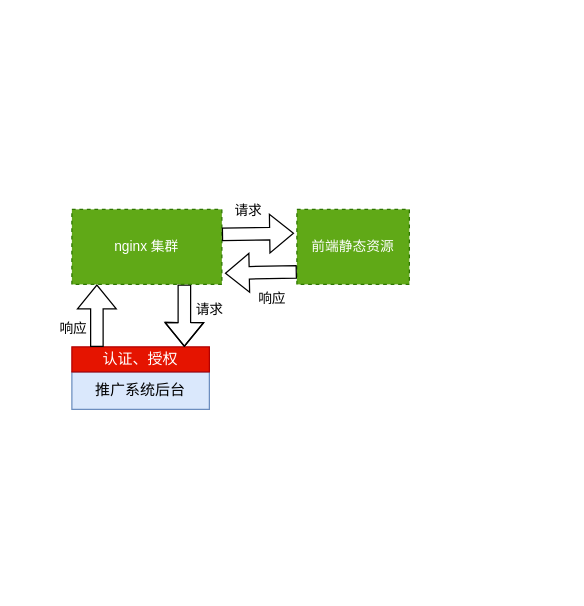
ndb000901/diagrams keeps this draw.io diagram as Untitled Diagram.drawio. Above is the earlier version. Source tidied: cells renumbered, new cells numbered last; positions are measured from the earlier drawing's top-left corner, leaving out a move shared by most shapes. Both pictures are drawn from the tidied source at 125%, with x=0, y=0 at pixel (71, 209).
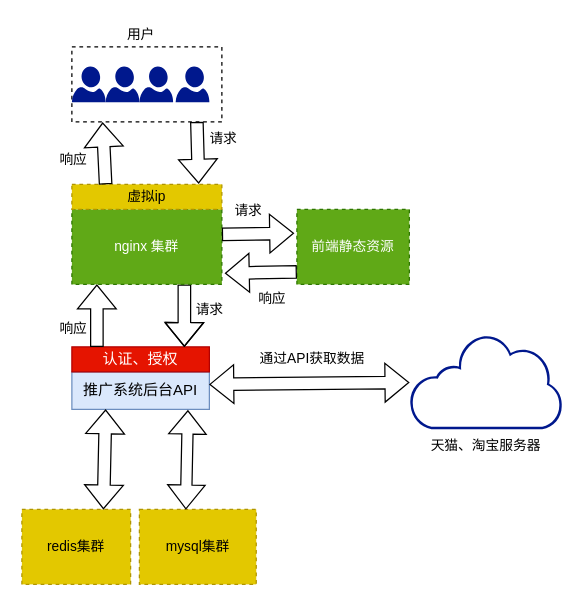
The same page after the edit.

Diff of the diagram source:
```diff
@@
-    <mxCell id="2" value="推广系统后台" style="rounded=0;whiteSpace=wrap;html=1;fillColor=#dae8fc;strokeColor=#6c8ebf;" parent="1" vertex="1">
+    <mxCell id="2" value="推广系统后台API" style="rounded=0;whiteSpace=wrap;html=1;fillColor=#dae8fc;strokeColor=#6c8ebf;" parent="1" vertex="1">
       <mxGeometry y="130" width="110" height="30" as="geometry" />
     </mxCell>
@@
+    <mxCell id="14" value="虚拟ip" style="rounded=0;whiteSpace=wrap;html=1;dashed=1;fontFamily=Helvetica;fontSize=11;fontColor=#000000;fillColor=#e3c800;strokeColor=#B09500;" parent="1" vertex="1">
+      <mxGeometry y="-20" width="120" height="20" as="geometry" />
+    </mxCell>
+    <mxCell id="15" style="rounded=0;whiteSpace=wrap;html=1;dashed=1;fontFamily=Helvetica;fontSize=11;fontColor=default;" parent="1" vertex="1">
+      <mxGeometry y="-130" width="120" height="60" as="geometry" />
+    </mxCell>
+    <mxCell id="16" style="sketch=0;shadow=0;dashed=0;html=1;strokeColor=none;labelPosition=center;verticalLabelPosition=bottom;verticalAlign=top;align=center;fillColor=#00188D;shape=mxgraph.azure.user;fontFamily=Helvetica;fontSize=11;fontColor=default;" parent="1" vertex="1">
+      <mxGeometry y="-114.4" width="27" height="28.7" as="geometry" />
+    </mxCell>
+    <mxCell id="17" style="sketch=0;shadow=0;dashed=0;html=1;strokeColor=none;labelPosition=center;verticalLabelPosition=bottom;verticalAlign=top;align=center;fillColor=#00188D;shape=mxgraph.azure.user;fontFamily=Helvetica;fontSize=11;fontColor=default;" parent="1" vertex="1">
+      <mxGeometry x="27" y="-114.4" width="27" height="28.7" as="geometry" />
+    </mxCell>
+    <mxCell id="18" style="sketch=0;shadow=0;dashed=0;html=1;strokeColor=none;labelPosition=center;verticalLabelPosition=bottom;verticalAlign=top;align=center;fillColor=#00188D;shape=mxgraph.azure.user;fontFamily=Helvetica;fontSize=11;fontColor=default;" parent="1" vertex="1">
+      <mxGeometry x="54" y="-114.4" width="27" height="28.7" as="geometry" />
+    </mxCell>
+    <mxCell id="19" style="sketch=0;shadow=0;dashed=0;html=1;strokeColor=none;labelPosition=center;verticalLabelPosition=bottom;verticalAlign=top;align=center;fillColor=#00188D;shape=mxgraph.azure.user;fontFamily=Helvetica;fontSize=11;fontColor=default;" parent="1" vertex="1">
+      <mxGeometry x="83" y="-114.4" width="27" height="28.7" as="geometry" />
+    </mxCell>
+    <mxCell id="20" value="用户" style="text;html=1;align=center;verticalAlign=middle;strokeColor=none;fillColor=none;fontSize=11;fontFamily=Helvetica;fontColor=default;" parent="1" vertex="1">
+      <mxGeometry x="35" y="-150" width="40" height="20" as="geometry" />
+    </mxCell>
+    <mxCell id="21" style="shape=flexArrow;endArrow=classic;html=1;rounded=0;labelBackgroundColor=default;fontFamily=Helvetica;fontSize=11;fontColor=default;strokeColor=default;entryX=0.845;entryY=-0.031;entryDx=0;entryDy=0;entryPerimeter=0;" parent="1" edge="1" target="14">
+      <mxGeometry relative="1" as="geometry">
+        <mxPoint x="100" y="-70" as="sourcePoint" />
+      </mxGeometry>
+    </mxCell>
+    <mxCell id="22" value="请求" style="edgeLabel;html=1;align=center;verticalAlign=middle;fontSize=11;fontFamily=Helvetica;fontColor=default;" parent="21" vertex="1">
+      <mxGeometry x="-0.48" relative="1" as="geometry">
+        <mxPoint x="20" as="offset" />
+      </mxGeometry>
+    </mxCell>
+    <mxCell id="23" style="shape=flexArrow;endArrow=classic;html=1;rounded=0;labelBackgroundColor=default;fontFamily=Helvetica;fontSize=11;fontColor=default;strokeColor=default;entryX=0.205;entryY=1.008;entryDx=0;entryDy=0;entryPerimeter=0;" parent="1" edge="1" target="15">
+      <mxGeometry relative="1" as="geometry">
+        <mxPoint x="27" y="-20" as="sourcePoint" />
+      </mxGeometry>
+    </mxCell>
+    <mxCell id="24" value="响应" style="edgeLabel;html=1;align=center;verticalAlign=middle;fontSize=11;fontFamily=Helvetica;fontColor=default;" parent="23" vertex="1">
+      <mxGeometry x="0.41" y="-1" relative="1" as="geometry">
+        <mxPoint x="-26" y="15" as="offset" />
+      </mxGeometry>
+    </mxCell>
+    <mxCell id="25" value="天猫、淘宝服务器" style="sketch=0;shadow=0;dashed=0;html=1;strokeColor=none;labelPosition=center;verticalLabelPosition=bottom;verticalAlign=top;align=center;fillColor=#00188D;shape=mxgraph.mscae.enterprise.internet_hollow;fontFamily=Helvetica;fontSize=11;fontColor=default;" parent="1" vertex="1">
+      <mxGeometry x="270" y="100" width="122.3" height="75.8" as="geometry" />
+    </mxCell>
+    <mxCell id="26" style="shape=flexArrow;endArrow=classic;startArrow=classic;html=1;rounded=0;labelBackgroundColor=default;fontFamily=Helvetica;fontSize=11;fontColor=default;strokeColor=default;" parent="1" edge="1" target="25">
+      <mxGeometry relative="1" as="geometry">
+        <mxPoint x="110" y="140" as="sourcePoint" />
+      </mxGeometry>
+    </mxCell>
+    <mxCell id="27" value="通过API获取数据" style="edgeLabel;html=1;align=center;verticalAlign=middle;fontSize=11;fontFamily=Helvetica;fontColor=default;" parent="26" vertex="1">
+      <mxGeometry x="-0.19" y="3" relative="1" as="geometry">
+        <mxPoint x="17" y="-18" as="offset" />
+      </mxGeometry>
+    </mxCell>
+    <mxCell id="28" value="redis集群" style="rounded=0;whiteSpace=wrap;html=1;dashed=1;fontFamily=Helvetica;fontSize=11;fontColor=#000000;fillColor=#e3c800;strokeColor=#B09500;" parent="1" vertex="1">
+      <mxGeometry x="-40" y="240" width="87" height="60" as="geometry" />
+    </mxCell>
+    <mxCell id="29" value="mysql集群" style="rounded=0;whiteSpace=wrap;html=1;dashed=1;fontFamily=Helvetica;fontSize=11;fontColor=#000000;fillColor=#e3c800;strokeColor=#B09500;" parent="1" vertex="1">
+      <mxGeometry x="54" y="240" width="93.5" height="60" as="geometry" />
+    </mxCell>
+    <mxCell id="30" style="shape=flexArrow;endArrow=classic;startArrow=classic;html=1;rounded=0;labelBackgroundColor=default;fontFamily=Helvetica;fontSize=11;fontColor=default;strokeColor=default;width=8.965517241379311;endSize=5.86896551724138;exitX=0.398;exitY=0.001;exitDx=0;exitDy=0;exitPerimeter=0;entryX=0.844;entryY=1.021;entryDx=0;entryDy=0;entryPerimeter=0;" parent="1" edge="1" source="29" target="2">
+      <mxGeometry relative="1" as="geometry" />
+    </mxCell>
+    <mxCell id="31" style="shape=flexArrow;endArrow=classic;startArrow=classic;html=1;rounded=0;labelBackgroundColor=default;fontFamily=Helvetica;fontSize=11;fontColor=default;strokeColor=default;exitX=0.75;exitY=0;exitDx=0;exitDy=0;" parent="1" edge="1" source="28">
+      <mxGeometry relative="1" as="geometry">
+        <mxPoint x="27" y="160" as="targetPoint" />
+      </mxGeometry>
+    </mxCell>
```
